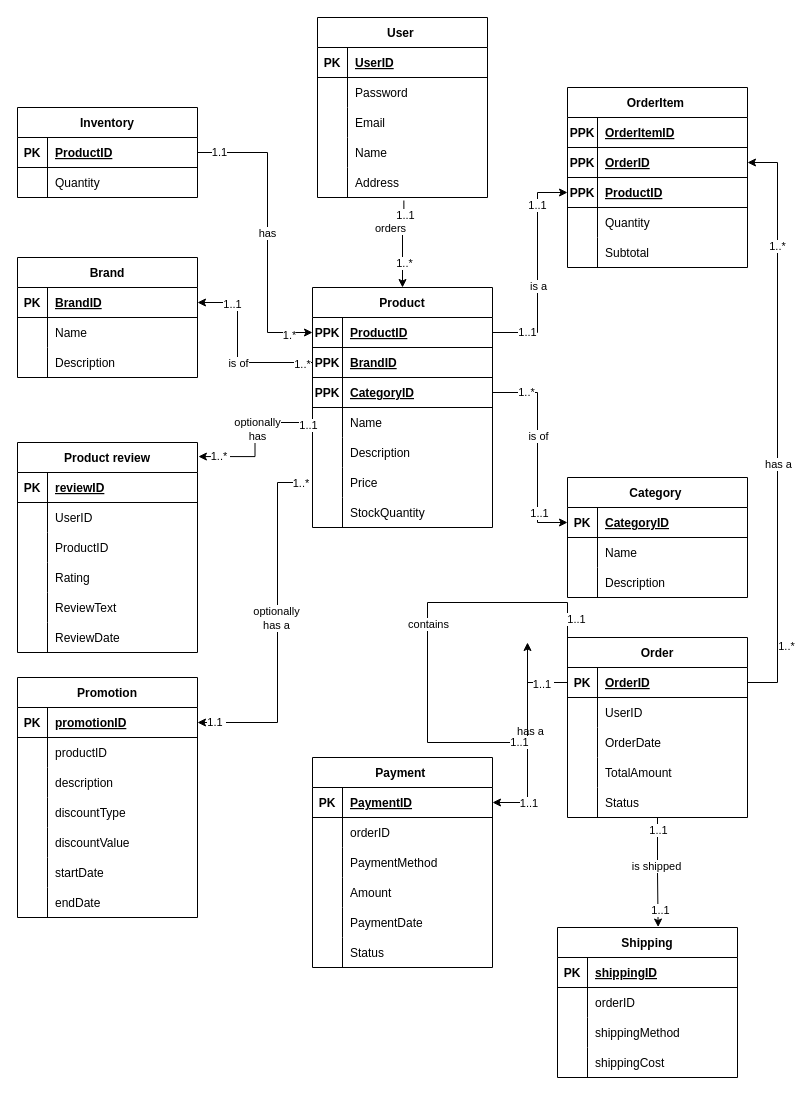
Before: page "ER tables" (1 of 6) of database-models/ER models.drawio in emilkle/electromart-ecom-website, a draw.io diagram. Source tidied: cells renumbered, new cells numbered last; positions are measured from the earlier drawing's top-left corner, leaving out a move shared by most shapes. Both pictures are drawn from the tidied source at 100%, with x=0, y=0 at pixel (17, 17).
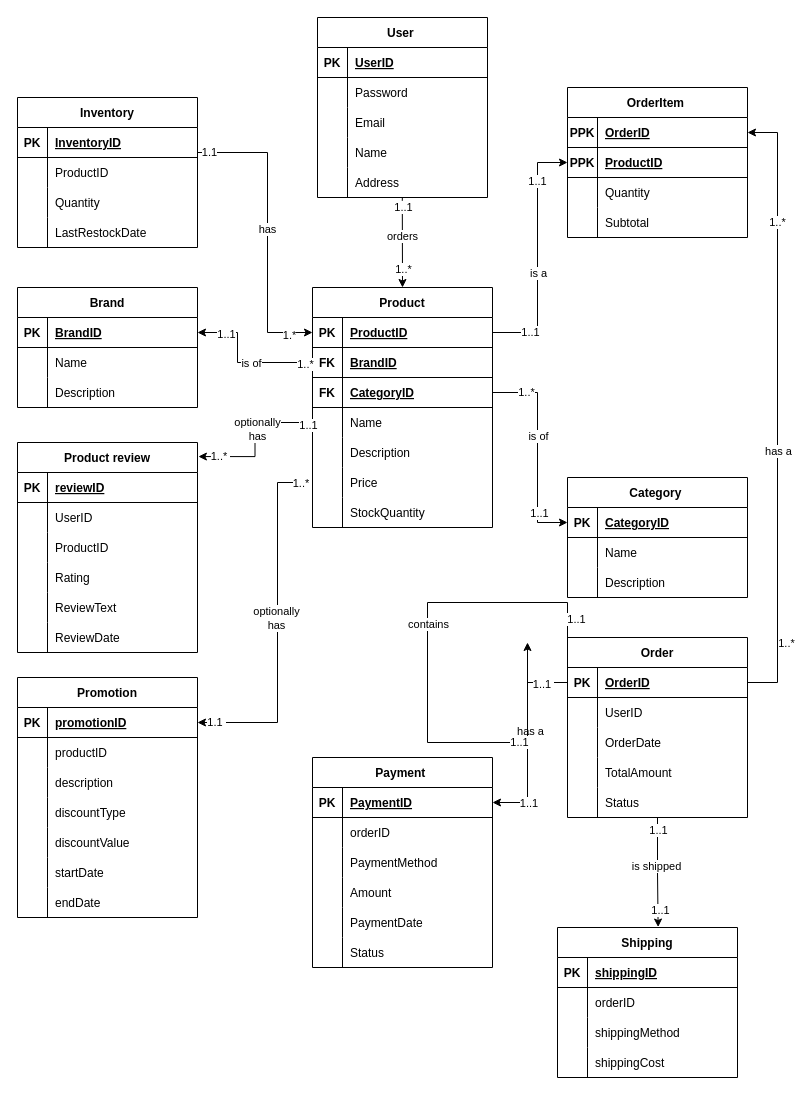
Above is the later version.

Unchanged cells that the change refers to:
```xml
<mxCell id="2" value="Product" style="shape=table;startSize=30;childLayout=tableLayout;rowLines=0;fontStyle=1;align=center;" parent="1" vertex="1">
  <mxGeometry x="295" y="270" width="180" height="240" as="geometry" />
</mxCell>
<mxCell id="3" style="shape=tableRow;horizontal=0;startSize=0;swimlaneHead=0;swimlaneBody=0;fillColor=none;points=[[0,0.5],[1,0.5]];portConstraint=eastwest;top=0;left=0;right=0;bottom=1;" parent="2" vertex="1">
  <mxGeometry y="30" width="180" height="30" as="geometry" />
</mxCell>
<mxCell id="6" style="shape=tableRow;horizontal=0;startSize=0;swimlaneHead=0;swimlaneBody=0;fillColor=none;points=[[0,0.5],[1,0.5]];portConstraint=eastwest;top=0;left=0;right=0;bottom=1;" parent="2" vertex="1">
  <mxGeometry y="60" width="180" height="30" as="geometry" />
</mxCell>
<mxCell id="9" style="shape=tableRow;horizontal=0;startSize=0;swimlaneHead=0;swimlaneBody=0;fillColor=none;points=[[0,0.5],[1,0.5]];portConstraint=eastwest;top=0;left=0;right=0;bottom=1;" parent="2" vertex="1">
  <mxGeometry y="90" width="180" height="30" as="geometry" />
</mxCell>
<mxCell id="47" style="shape=tableRow;horizontal=0;startSize=0;swimlaneHead=0;swimlaneBody=0;fillColor=none;points=[[0,0.5],[1,0.5]];portConstraint=eastwest;top=0;left=0;right=0;bottom=0;" parent="34" vertex="1">
  <mxGeometry y="150" width="170" height="30" as="geometry" />
</mxCell>
<mxCell id="51" style="shape=tableRow;horizontal=0;startSize=0;swimlaneHead=0;swimlaneBody=0;fillColor=none;points=[[0,0.5],[1,0.5]];portConstraint=eastwest;top=0;left=0;right=0;bottom=1;" parent="50" vertex="1">
  <mxGeometry y="30" width="180" height="30" as="geometry" />
</mxCell>
<mxCell id="81" style="shape=tableRow;horizontal=0;startSize=0;swimlaneHead=0;swimlaneBody=0;fillColor=none;points=[[0,0.5],[1,0.5]];portConstraint=eastwest;top=0;left=0;right=0;bottom=1;" parent="80" vertex="1">
  <mxGeometry y="30" width="180" height="30" as="geometry" />
</mxCell>
<mxCell id="140" style="shape=partialRectangle;fillColor=none;points=[[0,0.5],[1,0.5]];portConstraint=eastwest;top=0;left=0;right=0;bottom=1;" parent="139" vertex="1">
  <mxGeometry y="30" width="180" height="30" as="geometry" />
</mxCell>
<mxCell id="212" style="edgeStyle=orthogonalEdgeStyle;rounded=0;jettySize=auto;html=1;entryX=1;entryY=0.5;entryDx=0;entryDy=0;exitX=0;exitY=0.5;exitDx=0;exitDy=0;" parent="1" edge="1" source="18" target="151">
  <mxGeometry relative="1" as="geometry">
    <Array as="points">
      <mxPoint x="260" y="465" />
      <mxPoint x="260" y="705" />
    </Array>
  </mxGeometry>
</mxCell>
```

The edit, as a diff of the source:
```diff
@@
-    <mxCell id="4" value="PPK" style="shape=partialRectangle;fillColor=none;top=0;left=0;bottom=0;right=0;fontStyle=1;overflow=hidden;" parent="3" vertex="1">
+    <mxCell id="4" value="PK" style="shape=partialRectangle;fillColor=none;top=0;left=0;bottom=0;right=0;fontStyle=1;overflow=hidden;" parent="3" vertex="1">
       <mxGeometry width="30" height="30" as="geometry" />
     </mxCell>
@@
-    <mxCell id="7" value="PPK" style="shape=partialRectangle;fillColor=none;top=0;left=0;bottom=0;right=0;fontStyle=1;overflow=hidden;" parent="6" vertex="1">
+    <mxCell id="7" value="FK" style="shape=partialRectangle;fillColor=none;top=0;left=0;bottom=0;right=0;fontStyle=1;overflow=hidden;" parent="6" vertex="1">
       <mxGeometry width="30" height="30" as="geometry" />
     </mxCell>
@@
-    <mxCell id="10" value="PPK" style="shape=partialRectangle;fillColor=none;top=0;left=0;bottom=0;right=0;fontStyle=1;overflow=hidden;" parent="9" vertex="1">
+    <mxCell id="10" value="FK" style="shape=partialRectangle;fillColor=none;top=0;left=0;bottom=0;right=0;fontStyle=1;overflow=hidden;" parent="9" vertex="1">
       <mxGeometry width="30" height="30" as="geometry" />
     </mxCell>
@@
     <mxCell id="50" value="Brand" style="shape=table;startSize=30;childLayout=tableLayout;rowLines=0;fontStyle=1;align=center;" parent="1" vertex="1">
-      <mxGeometry y="240" width="180" height="120" as="geometry" />
+      <mxGeometry y="270" width="180" height="120" as="geometry" />
     </mxCell>
@@
     <mxCell id="60" value="OrderItem " style="shape=table;startSize=30;childLayout=tableLayout;rowLines=0;fontStyle=1;align=center;" parent="1" vertex="1">
-      <mxGeometry x="550" y="70" width="180" height="180" as="geometry" />
+      <mxGeometry x="550" y="70" width="180" height="150" as="geometry" />
     </mxCell>
-    <mxCell id="61" style="shape=tableRow;horizontal=0;startSize=0;swimlaneHead=0;swimlaneBody=0;fillColor=none;top=0;left=0;right=0;bottom=1;" parent="60" vertex="1">
-      <mxGeometry y="30" width="180" height="30" as="geometry" />
-    </mxCell>
-    <mxCell id="62" value="PPK" style="shape=partialRectangle;fillColor=none;top=0;left=0;bottom=0;right=0;fontStyle=1;overflow=hidden;" parent="61" vertex="1">
-      <mxGeometry width="30" height="30" as="geometry" />
-    </mxCell>
-    <mxCell id="63" value="OrderItemID" style="shape=partialRectangle;fillColor=none;top=0;left=0;bottom=0;right=0;align=left;spacingLeft=6;fontStyle=5;overflow=hidden;" parent="61" vertex="1">
-      <mxGeometry x="30" width="150" height="30" as="geometry" />
-    </mxCell>
     <mxCell id="64" style="shape=tableRow;horizontal=0;startSize=0;swimlaneHead=0;swimlaneBody=0;fillColor=none;points=[[0,0.5],[1,0.5]];portConstraint=eastwest;top=0;left=0;right=0;bottom=1;" parent="60" vertex="1">
-      <mxGeometry y="60" width="180" height="30" as="geometry" />
+      <mxGeometry y="30" width="180" height="30" as="geometry" />
     </mxCell>
@@
     <mxCell id="67" style="shape=tableRow;horizontal=0;startSize=0;swimlaneHead=0;swimlaneBody=0;fillColor=none;points=[[0,0.5],[1,0.5]];portConstraint=eastwest;top=0;left=0;right=0;bottom=1;" parent="60" vertex="1">
-      <mxGeometry y="90" width="180" height="30" as="geometry" />
+      <mxGeometry y="60" width="180" height="30" as="geometry" />
     </mxCell>
@@
     <mxCell id="70" style="shape=tableRow;horizontal=0;startSize=0;swimlaneHead=0;swimlaneBody=0;fillColor=none;top=0;left=0;right=0;bottom=0;" parent="60" vertex="1">
-      <mxGeometry y="120" width="180" height="30" as="geometry" />
+      <mxGeometry y="90" width="180" height="30" as="geometry" />
     </mxCell>
@@
     <mxCell id="73" style="shape=tableRow;horizontal=0;startSize=0;swimlaneHead=0;swimlaneBody=0;fillColor=none;top=0;left=0;right=0;bottom=0;" parent="60" vertex="1">
-      <mxGeometry y="150" width="180" height="30" as="geometry" />
+      <mxGeometry y="120" width="180" height="30" as="geometry" />
     </mxCell>
@@
-    <mxCell id="115" style="edgeStyle=orthogonalEdgeStyle;rounded=0;jettySize=auto;html=1;entryX=0.5;entryY=0;entryDx=0;entryDy=0;exitX=0.508;exitY=1.1;exitDx=0;exitDy=0;exitPerimeter=0;" parent="1" edge="1" source="47" target="2">
+    <mxCell id="115" style="edgeStyle=orthogonalEdgeStyle;rounded=0;jettySize=auto;html=1;entryX=0.5;entryY=0;entryDx=0;entryDy=0;exitX=0.499;exitY=1;exitDx=0;exitDy=0;exitPerimeter=0;" parent="1" edge="1" source="47" target="2">
       <mxGeometry relative="1" as="geometry">
         <Array as="points">
-          <mxPoint x="366" y="210" />
-          <mxPoint x="320" y="210" />
+          <mxPoint x="385" y="183" />
+          <mxPoint x="385" y="183" />
         </Array>
       </mxGeometry>
     </mxCell>
@@
     <mxCell id="119" style="edgeStyle=orthogonalEdgeStyle;rounded=0;jettySize=auto;html=1;entryX=1;entryY=0.5;entryDx=0;entryDy=0;exitX=0;exitY=0.5;exitDx=0;exitDy=0;" parent="1" edge="1" source="6" target="51">
       <mxGeometry relative="1" as="geometry">
         <Array as="points">
           <mxPoint x="220" y="345" />
-          <mxPoint x="220" y="285" />
+          <mxPoint x="220" y="315" />
         </Array>
       </mxGeometry>
     </mxCell>
@@
     <mxCell id="127" style="edgeStyle=orthogonalEdgeStyle;rounded=0;jettySize=auto;html=1;entryX=0;entryY=0.5;entryDx=0;entryDy=0;exitX=1;exitY=0.5;exitDx=0;exitDy=0;" parent="1" edge="1" source="3" target="67">
       <mxGeometry relative="1" as="geometry">
         <Array as="points">
           <mxPoint x="520" y="315" />
-          <mxPoint x="520" y="175" />
+          <mxPoint x="520" y="145" />
         </Array>
       </mxGeometry>
     </mxCell>
@@
     <mxCell id="131" style="edgeStyle=orthogonalEdgeStyle;rounded=0;jettySize=auto;html=1;entryX=1;entryY=0.5;entryDx=0;entryDy=0;exitX=1;exitY=0.5;exitDx=0;exitDy=0;" parent="1" edge="1" source="81" target="64">
       <mxGeometry relative="1" as="geometry">
         <Array as="points">
           <mxPoint x="760" y="665" />
-          <mxPoint x="760" y="145" />
+          <mxPoint x="760" y="115" />
         </Array>
       </mxGeometry>
     </mxCell>
@@
     <mxCell id="139" value="Inventory" style="shape=table;startSize=30;childLayout=tableLayout;rowLines=0;fontStyle=1;align=center;" parent="1" vertex="1">
-      <mxGeometry y="90" width="180" height="90" as="geometry" />
+      <mxGeometry y="80" width="180" height="150" as="geometry" />
     </mxCell>
@@
-    <mxCell id="142" value="ProductID" style="shape=partialRectangle;overflow=hidden;fillColor=none;top=0;left=0;bottom=0;right=0;align=left;spacingLeft=6;fontStyle=5;" parent="140" vertex="1">
+    <mxCell id="142" value="InventoryID" style="shape=partialRectangle;overflow=hidden;fillColor=none;top=0;left=0;bottom=0;right=0;align=left;spacingLeft=6;fontStyle=5;" parent="140" vertex="1">
       <mxGeometry x="30" width="150" height="30" as="geometry" />
     </mxCell>
+    <mxCell id="216" style="shape=partialRectangle;fillColor=none;top=0;left=0;right=0;bottom=0;" parent="139" vertex="1">
+      <mxGeometry y="60" width="180" height="30" as="geometry" />
+    </mxCell>
+    <mxCell id="217" style="shape=partialRectangle;overflow=hidden;fillColor=none;top=0;left=0;bottom=0;right=0;" parent="216" vertex="1">
+      <mxGeometry width="30" height="30" as="geometry" />
+    </mxCell>
+    <mxCell id="218" value="ProductID" style="shape=partialRectangle;overflow=hidden;fillColor=none;top=0;left=0;bottom=0;right=0;align=left;spacingLeft=6;" parent="216" vertex="1">
+      <mxGeometry x="30" width="150" height="30" as="geometry" />
+    </mxCell>
     <mxCell id="143" style="shape=partialRectangle;fillColor=none;top=0;left=0;right=0;bottom=0;" parent="139" vertex="1">
-      <mxGeometry y="60" width="180" height="30" as="geometry" />
+      <mxGeometry y="90" width="180" height="30" as="geometry" />
     </mxCell>
@@
+    <mxCell id="219" style="shape=partialRectangle;fillColor=none;top=0;left=0;right=0;bottom=0;" parent="139" vertex="1">
+      <mxGeometry y="120" width="180" height="30" as="geometry" />
+    </mxCell>
+    <mxCell id="220" style="shape=partialRectangle;overflow=hidden;fillColor=none;top=0;left=0;bottom=0;right=0;" parent="219" vertex="1">
+      <mxGeometry width="30" height="30" as="geometry" />
+    </mxCell>
+    <mxCell id="221" value="LastRestockDate" style="shape=partialRectangle;overflow=hidden;fillColor=none;top=0;left=0;bottom=0;right=0;align=left;spacingLeft=6;" parent="219" vertex="1">
+      <mxGeometry x="30" width="150" height="30" as="geometry" />
+    </mxCell>
@@
-    <mxCell id="215" value="optionally&lt;div&gt;has a&lt;/div&gt;" style="edgeLabel;html=1;align=center;verticalAlign=middle;" parent="212" vertex="1">
+    <mxCell id="215" value="optionally&lt;div&gt;has&lt;/div&gt;" style="edgeLabel;html=1;align=center;verticalAlign=middle;" parent="212" vertex="1">
       <mxGeometry x="-0.1" y="-2" relative="1" as="geometry">
         <mxPoint y="10" as="offset" />
       </mxGeometry>
     </mxCell>
```
